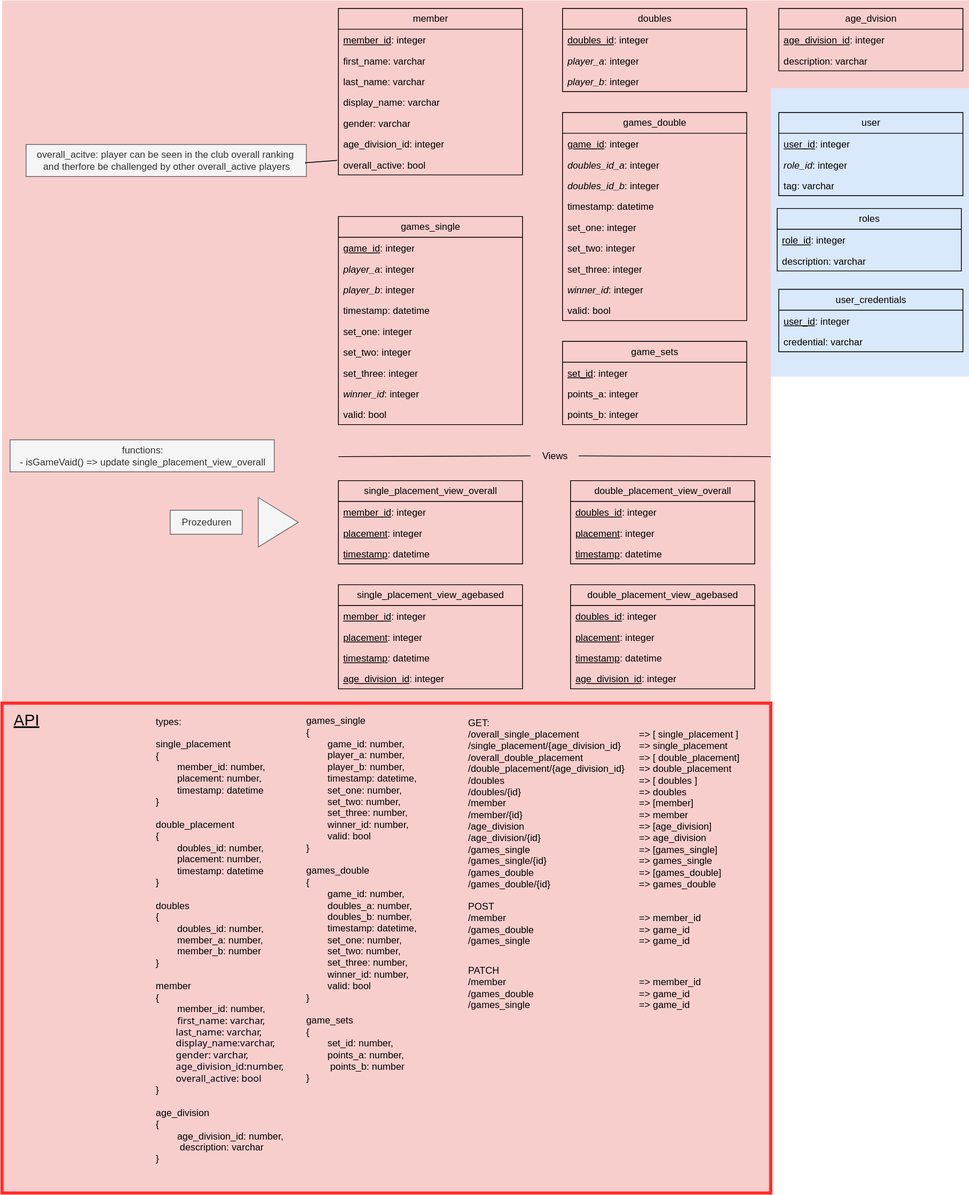
This is docs/uploads/api_database_doku.drawio.svg from mexterng/badminton_bcgw, a draw.io export, as it was before one commit. Source tidied: cells renumbered, new cells last; positions are measured from the earlier drawing's top-left corner, leaving out a move shared by most shapes.
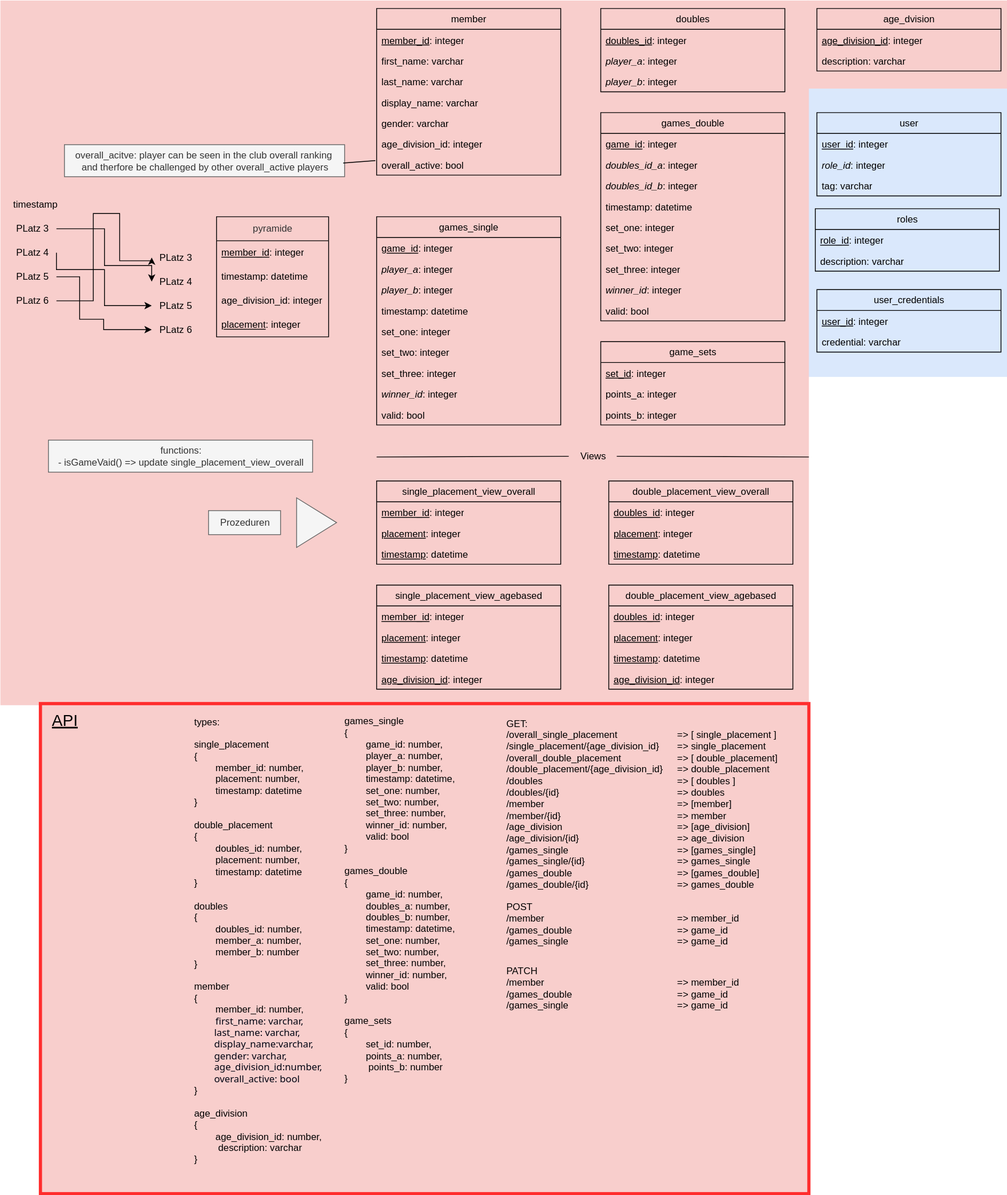
The same file after the commit.

Diff of the diagram source:
```diff
@@ -12,7 +12,7 @@
       <mxGeometry x="958" width="250" height="110" as="geometry" />
     </mxCell>
     <mxCell id="5" style="rounded=0;whiteSpace=wrap;html=1;fillColor=#f8cecc;strokeColor=none;" parent="1" vertex="1">
-      <mxGeometry width="960" height="880" as="geometry" />
+      <mxGeometry x="-50" width="1010" height="880" as="geometry" />
     </mxCell>
     <mxCell id="6" value="member" style="swimlane;fontStyle=0;horizontal=1;startSize=26;fillColor=none;whiteSpace=wrap;html=1;" parent="1" vertex="1">
       <mxGeometry x="420" y="10" width="230" height="208" as="geometry" />
@@ -264,5 +264,86 @@
     <mxCell id="87" style="rounded=0;whiteSpace=wrap;html=1;fillColor=none;strokeWidth=4;strokeColor=#FF2D2D;" parent="1" vertex="1">
       <mxGeometry y="878" width="960" height="612" as="geometry" />
     </mxCell>
+    <mxCell id="88" value="pyramide" style="swimlane;fontStyle=0;horizontal=1;startSize=30;whiteSpace=wrap;html=1;fillColor=none;fontColor=#333333;strokeColor=#000000;" parent="1" vertex="1">
+      <mxGeometry x="220" y="270" width="140" height="150" as="geometry" />
+    </mxCell>
+    <mxCell id="89" value="&lt;u&gt;member_id&lt;/u&gt;: integer" style="text;strokeColor=none;fillColor=none;align=left;verticalAlign=middle;spacingLeft=4;spacingRight=4;overflow=hidden;whiteSpace=wrap;html=1;" parent="88" vertex="1">
+      <mxGeometry y="30" width="140" height="30" as="geometry" />
+    </mxCell>
+    <mxCell id="90" value="timestamp: datetime" style="text;strokeColor=none;fillColor=none;align=left;verticalAlign=middle;spacingLeft=4;spacingRight=4;overflow=hidden;whiteSpace=wrap;html=1;" parent="88" vertex="1">
+      <mxGeometry y="60" width="140" height="30" as="geometry" />
+    </mxCell>
+    <mxCell id="91" value="age_division_id: integer" style="text;strokeColor=none;fillColor=none;align=left;verticalAlign=middle;spacingLeft=4;spacingRight=4;overflow=hidden;whiteSpace=wrap;html=1;" parent="88" vertex="1">
+      <mxGeometry y="90" width="140" height="30" as="geometry" />
+    </mxCell>
+    <mxCell id="92" value="&lt;u&gt;placement&lt;/u&gt;: integer" style="text;strokeColor=none;fillColor=none;align=left;verticalAlign=middle;spacingLeft=4;spacingRight=4;overflow=hidden;whiteSpace=wrap;html=1;" parent="88" vertex="1">
+      <mxGeometry y="120" width="140" height="30" as="geometry" />
+    </mxCell>
+    <mxCell id="93" style="edgeStyle=orthogonalEdgeStyle;rounded=0;jettySize=auto;html=1;exitX=1;exitY=0.5;exitDx=0;exitDy=0;entryX=0;entryY=0.5;entryDx=0;entryDy=0;" parent="1" edge="1" source="94" target="102">
+      <mxGeometry relative="1" as="geometry">
+        <Array as="points">
+          <mxPoint x="80" y="285" />
+          <mxPoint x="80" y="331" />
+          <mxPoint x="139" y="331" />
+        </Array>
+      </mxGeometry>
+    </mxCell>
+    <mxCell id="94" value="PLatz 3" style="text;html=1;align=center;verticalAlign=middle;whiteSpace=wrap;rounded=0;" parent="1" vertex="1">
+      <mxGeometry x="-40" y="270" width="60" height="30" as="geometry" />
+    </mxCell>
+    <mxCell id="95" style="edgeStyle=orthogonalEdgeStyle;rounded=0;jettySize=auto;html=1;exitX=1;exitY=0.5;exitDx=0;exitDy=0;entryX=0;entryY=0.5;entryDx=0;entryDy=0;" parent="1" edge="1" source="96" target="103">
+      <mxGeometry relative="1" as="geometry">
+        <Array as="points">
+          <mxPoint x="20" y="336" />
+          <mxPoint x="80" y="336" />
+          <mxPoint x="80" y="381" />
+        </Array>
+      </mxGeometry>
+    </mxCell>
+    <mxCell id="96" value="PLatz 4" style="text;html=1;align=center;verticalAlign=middle;whiteSpace=wrap;rounded=0;" parent="1" vertex="1">
+      <mxGeometry x="-40" y="300" width="60" height="30" as="geometry" />
+    </mxCell>
+    <mxCell id="97" style="edgeStyle=orthogonalEdgeStyle;rounded=0;jettySize=auto;html=1;exitX=1;exitY=0.5;exitDx=0;exitDy=0;entryX=0;entryY=0.5;entryDx=0;entryDy=0;" parent="1" edge="1" source="98" target="104">
+      <mxGeometry relative="1" as="geometry">
+        <Array as="points">
+          <mxPoint x="49" y="345" />
+          <mxPoint x="49" y="398" />
+          <mxPoint x="79" y="398" />
+          <mxPoint x="79" y="411" />
+        </Array>
+      </mxGeometry>
+    </mxCell>
+    <mxCell id="98" value="PLatz 5" style="text;html=1;align=center;verticalAlign=middle;whiteSpace=wrap;rounded=0;" parent="1" vertex="1">
+      <mxGeometry x="-40" y="330" width="60" height="30" as="geometry" />
+    </mxCell>
+    <mxCell id="99" style="edgeStyle=orthogonalEdgeStyle;rounded=0;jettySize=auto;html=1;exitX=1;exitY=0.5;exitDx=0;exitDy=0;entryX=0;entryY=0.5;entryDx=0;entryDy=0;" parent="1" edge="1" source="100" target="101">
+      <mxGeometry relative="1" as="geometry">
+        <Array as="points">
+          <mxPoint x="66" y="375" />
+          <mxPoint x="66" y="266" />
+          <mxPoint x="99" y="266" />
+          <mxPoint x="99" y="325" />
+          <mxPoint x="139" y="325" />
+        </Array>
+      </mxGeometry>
+    </mxCell>
+    <mxCell id="100" value="PLatz 6" style="text;html=1;align=center;verticalAlign=middle;whiteSpace=wrap;rounded=0;" parent="1" vertex="1">
+      <mxGeometry x="-40" y="360" width="60" height="30" as="geometry" />
+    </mxCell>
+    <mxCell id="101" value="PLatz 3" style="text;html=1;align=center;verticalAlign=middle;whiteSpace=wrap;rounded=0;" parent="1" vertex="1">
+      <mxGeometry x="139" y="306" width="60" height="30" as="geometry" />
+    </mxCell>
+    <mxCell id="102" value="PLatz 4" style="text;html=1;align=center;verticalAlign=middle;whiteSpace=wrap;rounded=0;" parent="1" vertex="1">
+      <mxGeometry x="139" y="336" width="60" height="30" as="geometry" />
+    </mxCell>
+    <mxCell id="103" value="PLatz 5" style="text;html=1;align=center;verticalAlign=middle;whiteSpace=wrap;rounded=0;" parent="1" vertex="1">
+      <mxGeometry x="139" y="366" width="60" height="30" as="geometry" />
+    </mxCell>
+    <mxCell id="104" value="PLatz 6" style="text;html=1;align=center;verticalAlign=middle;whiteSpace=wrap;rounded=0;" parent="1" vertex="1">
+      <mxGeometry x="139" y="396" width="60" height="30" as="geometry" />
+    </mxCell>
+    <mxCell id="105" value="timestamp" style="text;strokeColor=none;fillColor=none;align=left;verticalAlign=middle;spacingLeft=4;spacingRight=4;overflow=hidden;whiteSpace=wrap;html=1;" parent="1" vertex="1">
+      <mxGeometry x="-40" y="240" width="140" height="30" as="geometry" />
+    </mxCell>
   </root>
 </mxGraphModel>
```
